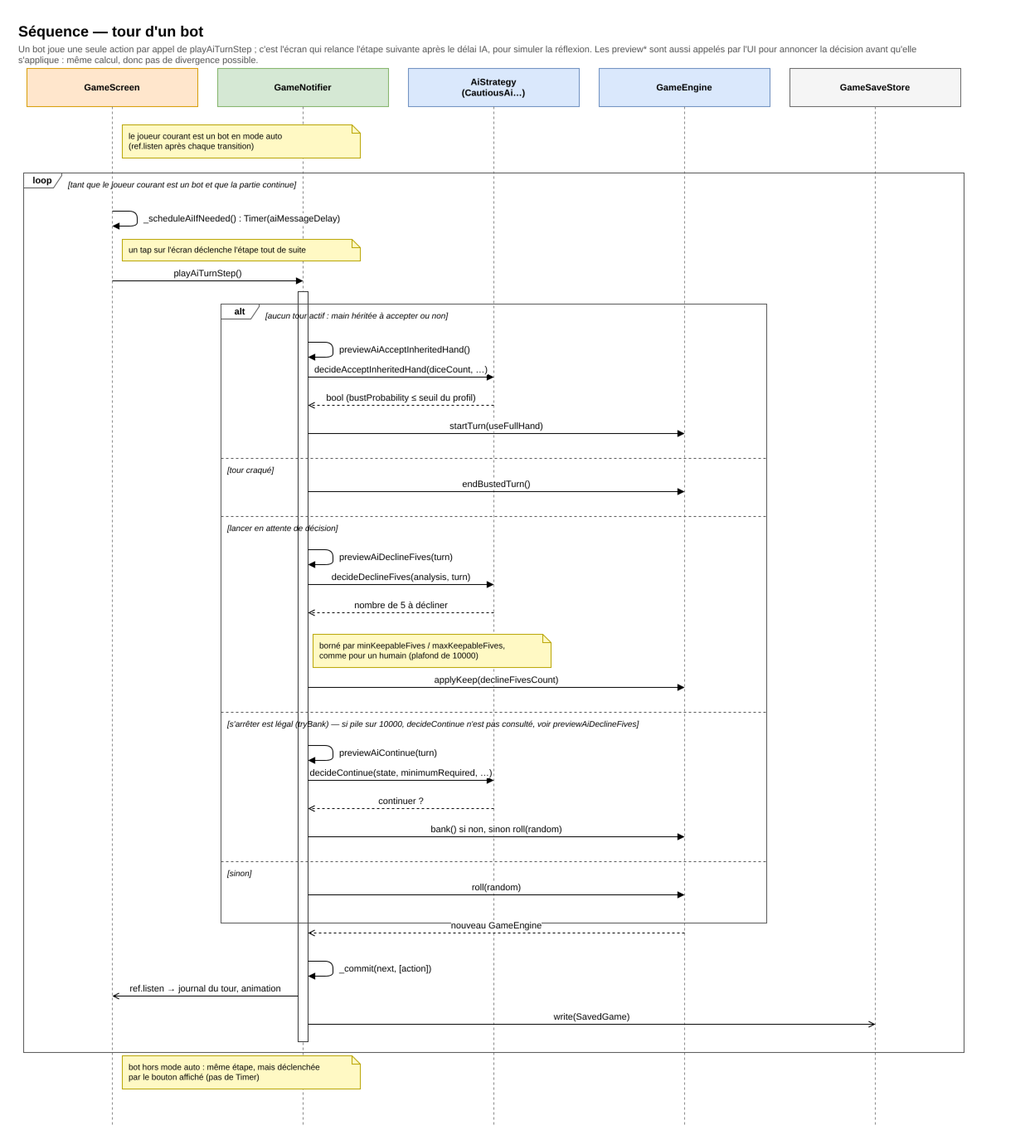
Before: docs/uml/seq-ai-turn.png, a diagram exported from draw.io (microscotch/tenk). Source tidied: cells renumbered, new cells last; positions are measured from the earlier drawing's top-left corner, leaving out a move shared by most shapes.
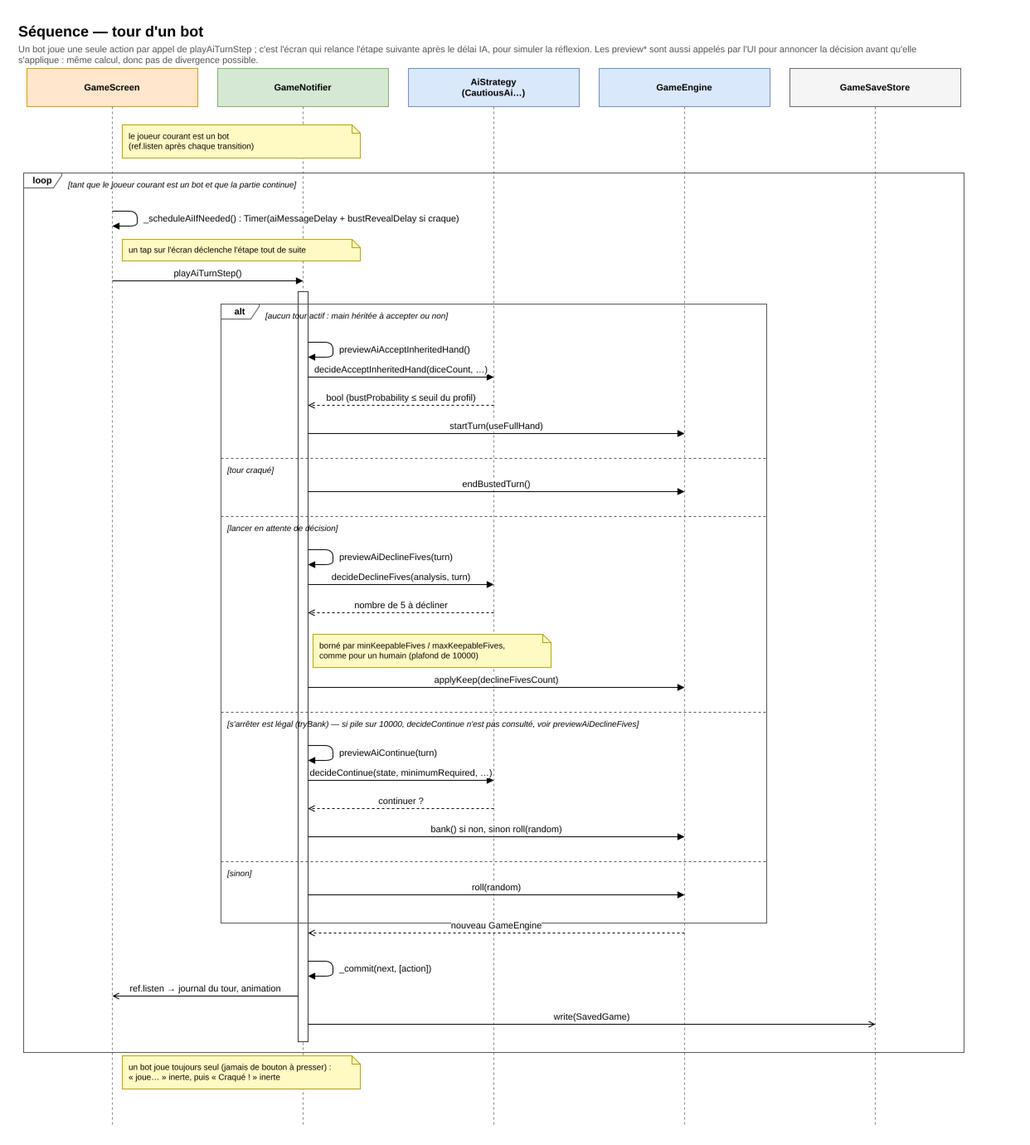
Above is the later version.

Commit message:
feat: keep dice orientation across roll and hand, show a bot's turn as an inert row

What changed in the source:
```diff
@@ -56,7 +56,7 @@
     <mxCell id="14" style="rounded=0;html=1;fillColor=#ffffff;strokeColor=#333333;" parent="1" vertex="1">
       <mxGeometry x="339" y="331" width="12" height="904" as="geometry" />
     </mxCell>
-    <mxCell id="15" value="le joueur courant est un bot en mode auto&lt;br/&gt;(ref.listen après chaque transition)" style="shape=note;size=10;whiteSpace=wrap;html=1;align=left;spacingLeft=6;fontSize=10;fillColor=#fff9c4;strokeColor=#b8a400;" parent="1" vertex="1">
+    <mxCell id="15" value="le joueur courant est un bot&lt;br/&gt;(ref.listen après chaque transition)" style="shape=note;size=10;whiteSpace=wrap;html=1;align=left;spacingLeft=6;fontSize=10;fillColor=#fff9c4;strokeColor=#b8a400;" parent="1" vertex="1">
       <mxGeometry x="127" y="130" width="287" height="40" as="geometry" />
     </mxCell>
     <mxCell id="16" style="endArrow=block;endFill=1;html=1;" parent="1" edge="1">
@@ -69,7 +69,7 @@
         </Array>
       </mxGeometry>
     </mxCell>
-    <mxCell id="17" value="_scheduleAiIfNeeded() : Timer(aiMessageDelay)" style="text;html=1;fontSize=11;align=left;verticalAlign=middle;labelBackgroundColor=#ffffff;" parent="1" vertex="1">
+    <mxCell id="17" value="_scheduleAiIfNeeded() : Timer(aiMessageDelay + bustRevealDelay si craque)" style="text;html=1;fontSize=11;align=left;verticalAlign=middle;labelBackgroundColor=#ffffff;" parent="1" vertex="1">
       <mxGeometry x="151" y="232" width="330" height="22" as="geometry" />
     </mxCell>
     <mxCell id="18" value="un tap sur l'écran déclenche l'étape tout de suite" style="shape=note;size=10;whiteSpace=wrap;html=1;align=left;spacingLeft=6;fontSize=10;fillColor=#fff9c4;strokeColor=#b8a400;" parent="1" vertex="1">
@@ -268,7 +268,7 @@
     <mxCell id="54" value="[tant que le joueur courant est un bot et que la partie continue]" style="text;html=1;fontSize=10;fontStyle=2;align=left;verticalAlign=top;" parent="1" vertex="1">
       <mxGeometry x="60" y="190" width="1074" height="16" as="geometry" />
     </mxCell>
-    <mxCell id="55" value="bot hors mode auto : même étape, mais déclenchée&lt;br/&gt;par le bouton affiché (pas de Timer)" style="shape=note;size=10;whiteSpace=wrap;html=1;align=left;spacingLeft=6;fontSize=10;fillColor=#fff9c4;strokeColor=#b8a400;" parent="1" vertex="1">
+    <mxCell id="55" value="un bot joue toujours seul (jamais de bouton à presser) :&lt;br/&gt;« &lt;joueur&gt; joue… » inerte, puis « Craqué ! » inerte" style="shape=note;size=10;whiteSpace=wrap;html=1;align=left;spacingLeft=6;fontSize=10;fillColor=#fff9c4;strokeColor=#b8a400;" parent="1" vertex="1">
       <mxGeometry x="127" y="1252" width="287" height="40" as="geometry" />
     </mxCell>
   </root>
```
